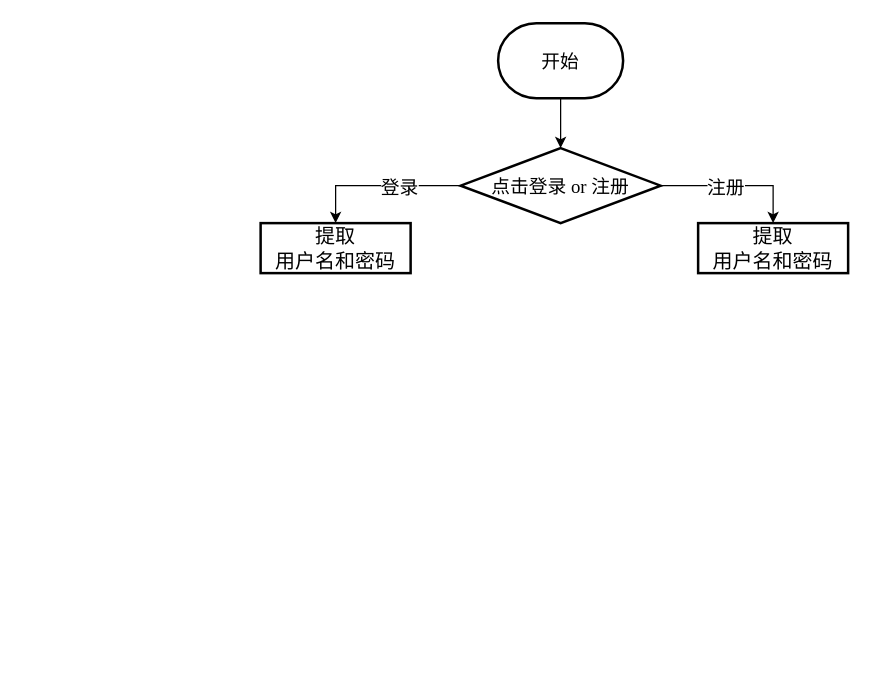
Above: 登录界面.drawio in sjgcsf/software_engineering (draw.io), before the change. Source tidied: cells renumbered, new cells numbered last; positions are measured from the earlier drawing's top-left corner, leaving out a move shared by most shapes. Both pictures are drawn from the tidied source at 125%, with x=0, y=0 at pixel (260, 22).
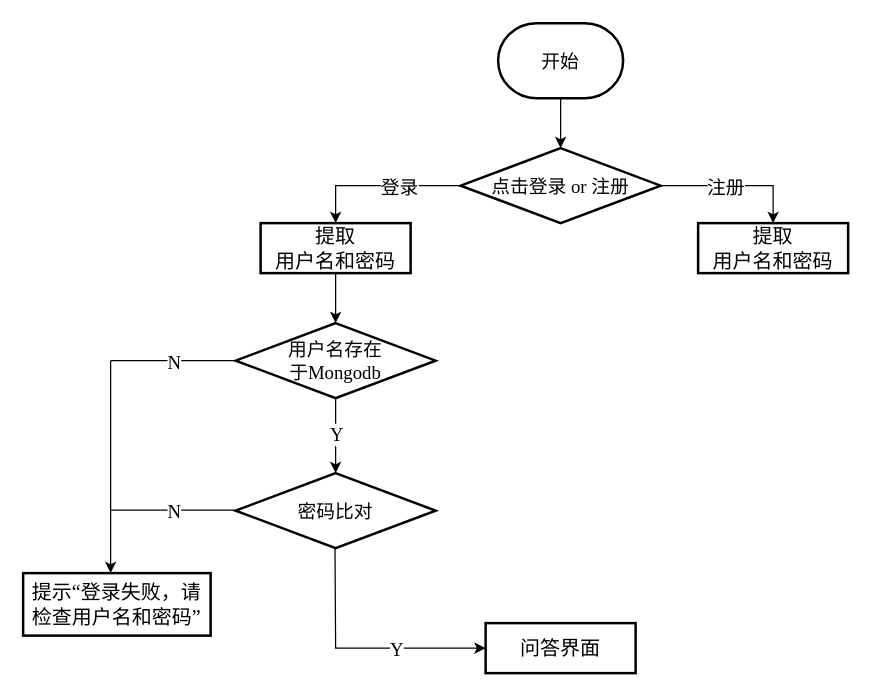
Above is the later version.

Commit message (it also covers changes not shown here):
更新登录界面.drawio

The change refers to these unchanged cells:
```xml
<mxCell id="9" value="&lt;font face=&quot;Times New Roman&quot; style=&quot;font-size: 16px;&quot;&gt;提取&lt;/font&gt;&lt;div&gt;&lt;font face=&quot;Times New Roman&quot; style=&quot;font-size: 16px;&quot;&gt;用户名和密码&lt;/font&gt;&lt;/div&gt;" style="rounded=0;whiteSpace=wrap;html=1;strokeColor=default;strokeWidth=2;align=center;verticalAlign=middle;fontFamily=Helvetica;fontSize=12;fontColor=default;fillColor=default;" parent="1" vertex="1">
  <mxGeometry y="160" width="120" height="40" as="geometry" />
</mxCell>
```

Change to the diagram source:
```diff
@@
+    <mxCell id="11" value="&lt;font face=&quot;Times New Roman&quot;&gt;&lt;span style=&quot;font-size: 15px;&quot;&gt;用户名存在&lt;/span&gt;&lt;/font&gt;&lt;div&gt;&lt;font face=&quot;Times New Roman&quot;&gt;&lt;span style=&quot;font-size: 15px;&quot;&gt;于Mongodb&lt;/span&gt;&lt;/font&gt;&lt;br&gt;&lt;/div&gt;" style="strokeWidth=2;html=1;shape=mxgraph.flowchart.decision;whiteSpace=wrap;strokeColor=default;align=center;verticalAlign=middle;fontFamily=Helvetica;fontSize=12;fontColor=default;fillColor=default;" parent="1" vertex="1">
+      <mxGeometry x="-20" y="240" width="160" height="60" as="geometry" />
+    </mxCell>
+    <mxCell id="12" style="endArrow=classic;html=1;rounded=0;exitX=0.5;exitY=1;exitDx=0;exitDy=0;entryX=0.5;entryY=0;entryDx=0;entryDy=0;entryPerimeter=0;" parent="1" edge="1" source="9" target="11">
+      <mxGeometry relative="1" as="geometry" />
+    </mxCell>
+    <mxCell id="13" style="endArrow=classic;html=1;rounded=0;exitX=0.5;exitY=1;exitDx=0;exitDy=0;exitPerimeter=0;" parent="1" edge="1" source="11">
+      <mxGeometry relative="1" as="geometry">
+        <mxPoint x="60" y="360" as="targetPoint" />
+      </mxGeometry>
+    </mxCell>
+    <mxCell id="14" value="&lt;font face=&quot;Times New Roman&quot; style=&quot;font-size: 15px;&quot;&gt;Y&lt;/font&gt;" style="edgeLabel;html=1;align=center;verticalAlign=middle;" parent="13" vertex="1">
+      <mxGeometry x="-0.08" relative="1" as="geometry" />
+    </mxCell>
+    <mxCell id="15" style="endArrow=none;html=1;rounded=0;exitX=0;exitY=0.5;exitDx=0;exitDy=0;exitPerimeter=0;endFill=0;" parent="1" edge="1" source="11">
+      <mxGeometry relative="1" as="geometry">
+        <mxPoint x="-120" y="270" as="targetPoint" />
+      </mxGeometry>
+    </mxCell>
+    <mxCell id="16" value="&lt;font face=&quot;Times New Roman&quot; style=&quot;font-size: 15px;&quot;&gt;N&lt;/font&gt;" style="edgeLabel;html=1;align=center;verticalAlign=middle;" parent="15" vertex="1">
+      <mxGeometry x="-0.08" relative="1" as="geometry">
+        <mxPoint x="-4" as="offset" />
+      </mxGeometry>
+    </mxCell>
+    <mxCell id="17" value="&lt;div&gt;&lt;font face=&quot;Times New Roman&quot;&gt;&lt;span style=&quot;font-size: 15px;&quot;&gt;密码比对&lt;/span&gt;&lt;/font&gt;&lt;br&gt;&lt;/div&gt;" style="strokeWidth=2;html=1;shape=mxgraph.flowchart.decision;whiteSpace=wrap;strokeColor=default;align=center;verticalAlign=middle;fontFamily=Helvetica;fontSize=12;fontColor=default;fillColor=default;" parent="1" vertex="1">
+      <mxGeometry x="-20" y="360" width="160" height="60" as="geometry" />
+    </mxCell>
+    <mxCell id="18" style="endArrow=classic;html=1;rounded=0;exitX=0.5;exitY=1;exitDx=0;exitDy=0;exitPerimeter=0;entryX=0;entryY=0.5;entryDx=0;entryDy=0;" parent="1" edge="1" target="20">
+      <mxGeometry relative="1" as="geometry">
+        <mxPoint x="59.5" y="420" as="sourcePoint" />
+        <Array as="points">
+          <mxPoint x="60" y="500" />
+        </Array>
+      </mxGeometry>
+    </mxCell>
+    <mxCell id="19" value="&lt;font face=&quot;Times New Roman&quot; style=&quot;font-size: 15px;&quot;&gt;Y&lt;/font&gt;" style="edgeLabel;html=1;align=center;verticalAlign=middle;" parent="18" vertex="1">
+      <mxGeometry x="-0.08" relative="1" as="geometry">
+        <mxPoint x="37" as="offset" />
+      </mxGeometry>
+    </mxCell>
+    <mxCell id="20" value="&lt;font face=&quot;Times New Roman&quot;&gt;&lt;span style=&quot;font-size: 16px;&quot;&gt;问答界面&lt;/span&gt;&lt;/font&gt;" style="rounded=0;whiteSpace=wrap;html=1;strokeColor=default;strokeWidth=2;align=center;verticalAlign=middle;fontFamily=Helvetica;fontSize=12;fontColor=default;fillColor=default;" parent="1" vertex="1">
+      <mxGeometry x="180" y="480" width="120" height="40" as="geometry" />
+    </mxCell>
+    <mxCell id="21" style="endArrow=none;html=1;rounded=0;exitX=0;exitY=0.5;exitDx=0;exitDy=0;exitPerimeter=0;endFill=0;" parent="1" edge="1">
+      <mxGeometry relative="1" as="geometry">
+        <mxPoint x="-20" y="389.5" as="sourcePoint" />
+        <mxPoint x="-120" y="389.5" as="targetPoint" />
+      </mxGeometry>
+    </mxCell>
+    <mxCell id="22" value="&lt;font face=&quot;Times New Roman&quot; style=&quot;font-size: 15px;&quot;&gt;N&lt;/font&gt;" style="edgeLabel;html=1;align=center;verticalAlign=middle;" parent="21" vertex="1">
+      <mxGeometry x="-0.08" relative="1" as="geometry">
+        <mxPoint x="-4" as="offset" />
+      </mxGeometry>
+    </mxCell>
+    <mxCell id="23" value="&lt;font face=&quot;Times New Roman&quot;&gt;&lt;span style=&quot;font-size: 16px;&quot;&gt;提示“登录失败，请检查用户名和密码”&lt;/span&gt;&lt;/font&gt;" style="rounded=0;whiteSpace=wrap;html=1;strokeColor=default;strokeWidth=2;align=center;verticalAlign=middle;fontFamily=Helvetica;fontSize=12;fontColor=default;fillColor=default;" parent="1" vertex="1">
+      <mxGeometry x="-190" y="440" width="150" height="50" as="geometry" />
+    </mxCell>
+    <mxCell id="24" style="endArrow=classic;html=1;rounded=0;" parent="1" edge="1">
+      <mxGeometry relative="1" as="geometry">
+        <mxPoint x="-120" y="270" as="sourcePoint" />
+        <mxPoint x="-120" y="440" as="targetPoint" />
+      </mxGeometry>
+    </mxCell>
```
